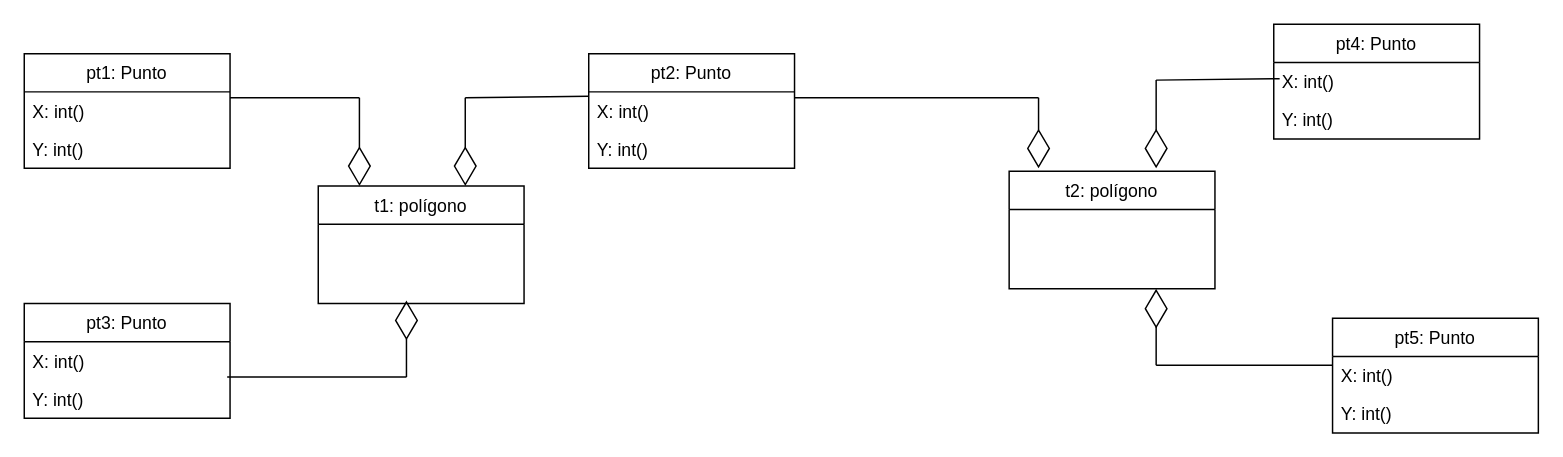
Before: ejercicio14.drawio in mgonzalz/ejercicios_grupales, a draw.io diagram. Source tidied: cells renumbered, new cells numbered last; positions are measured from the earlier drawing's top-left corner, leaving out a move shared by most shapes. Both pictures are drawn from the tidied source at 147%, with x=0, y=0 at pixel (24, 24).
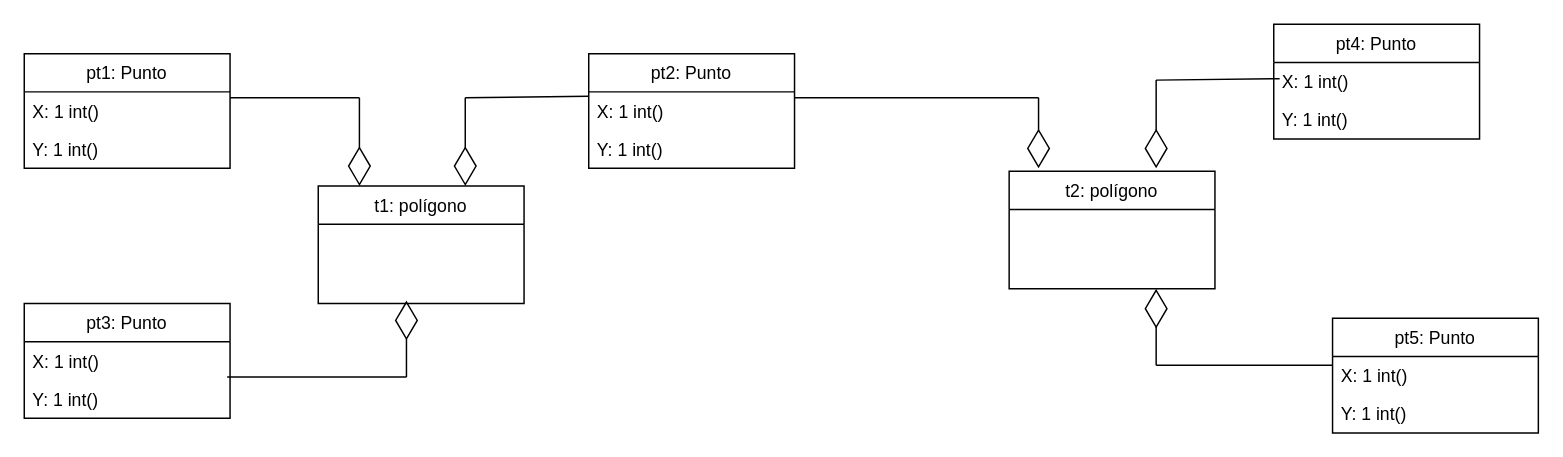
The same page after the edit.

The change refers to these unchanged cells:
```xml
<mxCell id="2" value="pt1: Punto" style="swimlane;fontStyle=0;horizontal=1;startSize=26;fillColor=none;" parent="1" vertex="1">
  <mxGeometry y="20" width="140" height="78" as="geometry" />
</mxCell>
<mxCell id="5" value="pt3: Punto" style="swimlane;fontStyle=0;horizontal=1;startSize=26;fillColor=none;" parent="1" vertex="1">
  <mxGeometry y="190" width="140" height="78" as="geometry" />
</mxCell>
<mxCell id="8" value="pt2: Punto" style="swimlane;fontStyle=0;horizontal=1;startSize=26;fillColor=none;" parent="1" vertex="1">
  <mxGeometry x="384" y="20" width="140" height="78" as="geometry" />
</mxCell>
<mxCell id="25" value="pt4: Punto" style="swimlane;fontStyle=0;horizontal=1;startSize=26;fillColor=none;" parent="1" vertex="1">
  <mxGeometry x="850" width="140" height="78" as="geometry" />
</mxCell>
<mxCell id="28" value="pt5: Punto" style="swimlane;fontStyle=0;horizontal=1;startSize=26;fillColor=none;" parent="1" vertex="1">
  <mxGeometry x="890" y="200" width="140" height="78" as="geometry" />
</mxCell>
```

Change to the diagram source:
```diff
@@
-    <mxCell id="3" value="X: int()" style="text;strokeColor=none;fillColor=none;align=left;verticalAlign=top;spacingLeft=4;spacingRight=4;overflow=hidden;points=[[0,0.5],[1,0.5]];portConstraint=eastwest;" parent="2" vertex="1">
+    <mxCell id="3" value="X: 1 int()" style="text;strokeColor=none;fillColor=none;align=left;verticalAlign=top;spacingLeft=4;spacingRight=4;overflow=hidden;points=[[0,0.5],[1,0.5]];portConstraint=eastwest;" parent="2" vertex="1">
       <mxGeometry y="26" width="140" height="26" as="geometry" />
     </mxCell>
-    <mxCell id="4" value="Y: int()" style="text;strokeColor=none;fillColor=none;align=left;verticalAlign=top;spacingLeft=4;spacingRight=4;overflow=hidden;" parent="2" vertex="1">
+    <mxCell id="4" value="Y: 1 int()" style="text;strokeColor=none;fillColor=none;align=left;verticalAlign=top;spacingLeft=4;spacingRight=4;overflow=hidden;" parent="2" vertex="1">
       <mxGeometry y="52" width="140" height="26" as="geometry" />
     </mxCell>
@@
-    <mxCell id="6" value="X: int()" style="text;strokeColor=none;fillColor=none;align=left;verticalAlign=top;spacingLeft=4;spacingRight=4;overflow=hidden;" parent="5" vertex="1">
+    <mxCell id="6" value="X: 1 int()" style="text;strokeColor=none;fillColor=none;align=left;verticalAlign=top;spacingLeft=4;spacingRight=4;overflow=hidden;" parent="5" vertex="1">
       <mxGeometry y="26" width="140" height="26" as="geometry" />
     </mxCell>
-    <mxCell id="7" value="Y: int()" style="text;strokeColor=none;fillColor=none;align=left;verticalAlign=top;spacingLeft=4;spacingRight=4;overflow=hidden;points=[[0,0.5],[1,0.5]];portConstraint=eastwest;" parent="5" vertex="1">
+    <mxCell id="7" value="Y: 1 int()" style="text;strokeColor=none;fillColor=none;align=left;verticalAlign=top;spacingLeft=4;spacingRight=4;overflow=hidden;points=[[0,0.5],[1,0.5]];portConstraint=eastwest;" parent="5" vertex="1">
       <mxGeometry y="52" width="140" height="26" as="geometry" />
     </mxCell>
@@
-    <mxCell id="9" value="X: int()" style="text;strokeColor=none;fillColor=none;align=left;verticalAlign=top;spacingLeft=4;spacingRight=4;overflow=hidden;" parent="8" vertex="1">
+    <mxCell id="9" value="X: 1 int()" style="text;strokeColor=none;fillColor=none;align=left;verticalAlign=top;spacingLeft=4;spacingRight=4;overflow=hidden;" parent="8" vertex="1">
       <mxGeometry y="26" width="140" height="26" as="geometry" />
     </mxCell>
-    <mxCell id="10" value="Y: int()" style="text;strokeColor=none;fillColor=none;align=left;verticalAlign=top;spacingLeft=4;spacingRight=4;overflow=hidden;" parent="8" vertex="1">
+    <mxCell id="10" value="Y: 1 int()" style="text;strokeColor=none;fillColor=none;align=left;verticalAlign=top;spacingLeft=4;spacingRight=4;overflow=hidden;" parent="8" vertex="1">
       <mxGeometry y="52" width="140" height="26" as="geometry" />
     </mxCell>
@@
-    <mxCell id="26" value="X: int()" style="text;strokeColor=none;fillColor=none;align=left;verticalAlign=top;spacingLeft=4;spacingRight=4;overflow=hidden;" parent="25" vertex="1">
+    <mxCell id="26" value="X: 1 int()" style="text;strokeColor=none;fillColor=none;align=left;verticalAlign=top;spacingLeft=4;spacingRight=4;overflow=hidden;" parent="25" vertex="1">
       <mxGeometry y="26" width="140" height="26" as="geometry" />
     </mxCell>
-    <mxCell id="27" value="Y: int()" style="text;strokeColor=none;fillColor=none;align=left;verticalAlign=top;spacingLeft=4;spacingRight=4;overflow=hidden;" parent="25" vertex="1">
+    <mxCell id="27" value="Y: 1 int()" style="text;strokeColor=none;fillColor=none;align=left;verticalAlign=top;spacingLeft=4;spacingRight=4;overflow=hidden;" parent="25" vertex="1">
       <mxGeometry y="52" width="140" height="26" as="geometry" />
     </mxCell>
@@
-    <mxCell id="29" value="X: int()" style="text;strokeColor=none;fillColor=none;align=left;verticalAlign=top;spacingLeft=4;spacingRight=4;overflow=hidden;" parent="28" vertex="1">
+    <mxCell id="29" value="X: 1 int()" style="text;strokeColor=none;fillColor=none;align=left;verticalAlign=top;spacingLeft=4;spacingRight=4;overflow=hidden;" parent="28" vertex="1">
       <mxGeometry y="26" width="140" height="26" as="geometry" />
     </mxCell>
-    <mxCell id="30" value="Y: int()" style="text;strokeColor=none;fillColor=none;align=left;verticalAlign=top;spacingLeft=4;spacingRight=4;overflow=hidden;" parent="28" vertex="1">
+    <mxCell id="30" value="Y: 1 int()" style="text;strokeColor=none;fillColor=none;align=left;verticalAlign=top;spacingLeft=4;spacingRight=4;overflow=hidden;" parent="28" vertex="1">
       <mxGeometry y="52" width="140" height="26" as="geometry" />
     </mxCell>
```
